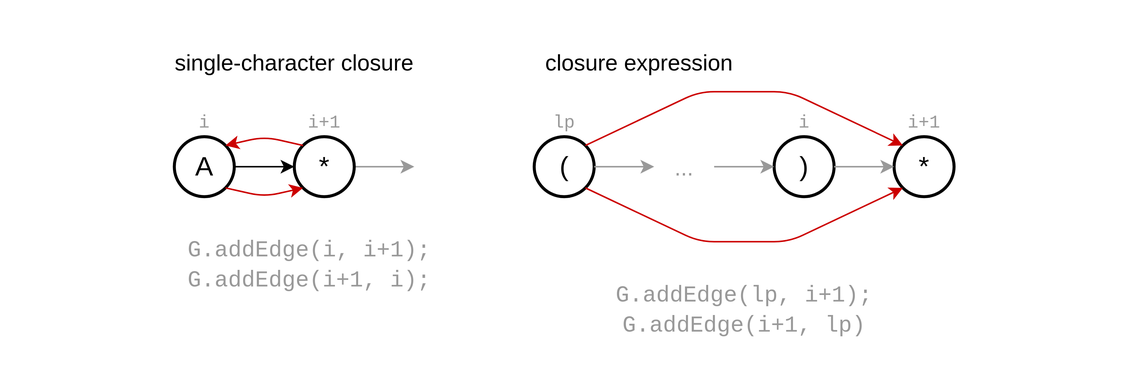
This is source/_posts/string-algorithm/nfa_closure.svg from SilhDing/SilhDing.github.io, a draw.io export, as it was before one commit. Source tidied: cells renumbered, new cells last; positions are measured from the earlier drawing's top-left corner, leaving out a move shared by most shapes.
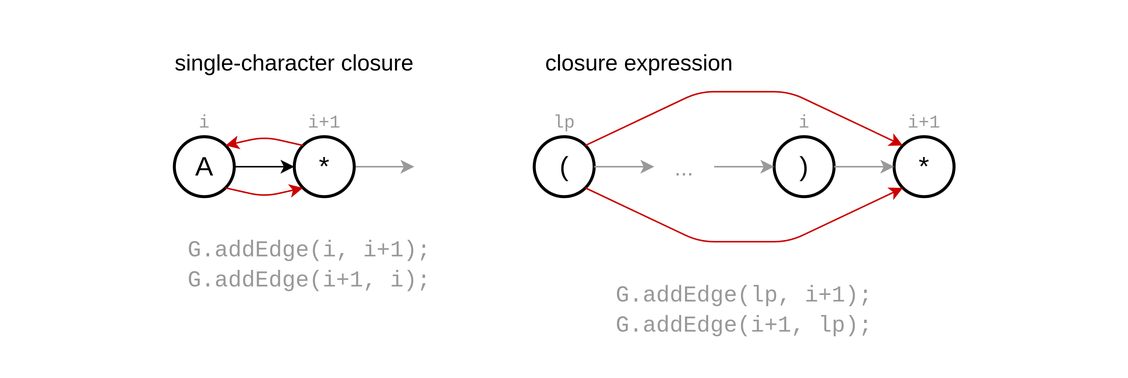
After the commit.

Commit message:
finish nfa

What changed in the source:
```diff
@@ -100,7 +100,7 @@
     <mxCell id="25" value="&lt;font face=&quot;Courier New&quot;&gt;G.addEdge(i, i+1);&lt;br&gt;G.addEdge(i+1, i);&lt;br&gt;&lt;/font&gt;" style="text;html=1;strokeColor=none;fillColor=none;align=center;verticalAlign=middle;whiteSpace=wrap;rounded=0;fontSize=15;fontColor=#999999;" parent="1" vertex="1">
       <mxGeometry x="115" y="150" width="180" height="50" as="geometry" />
     </mxCell>
-    <mxCell id="26" value="&lt;font face=&quot;Courier New&quot;&gt;G.addEdge(lp, i+1);&lt;br&gt;G.addEdge(i+1, lp)&lt;br&gt;&lt;/font&gt;" style="text;html=1;strokeColor=none;fillColor=none;align=center;verticalAlign=middle;whiteSpace=wrap;rounded=0;fontSize=15;fontColor=#999999;" parent="1" vertex="1">
+    <mxCell id="26" value="&lt;font face=&quot;Courier New&quot;&gt;G.addEdge(lp, i+1);&lt;br&gt;G.addEdge(i+1, lp);&lt;br&gt;&lt;/font&gt;" style="text;html=1;strokeColor=none;fillColor=none;align=center;verticalAlign=middle;whiteSpace=wrap;rounded=0;fontSize=15;fontColor=#999999;" parent="1" vertex="1">
       <mxGeometry x="385" y="180" width="220" height="50" as="geometry" />
     </mxCell>
   </root>
```
